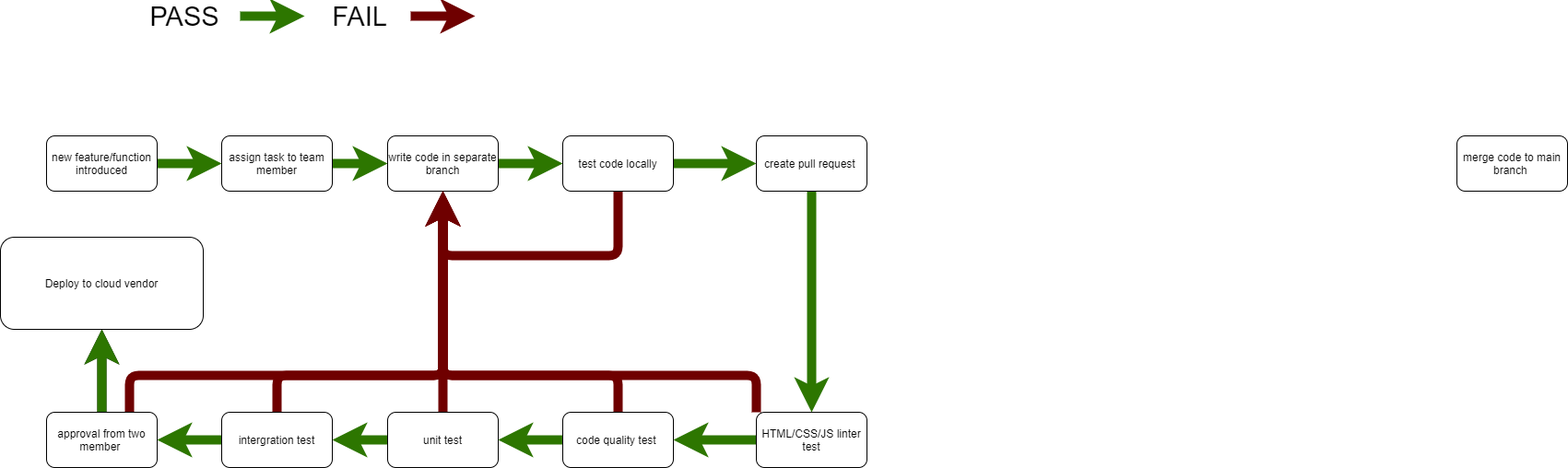
Big-Bytez/cse110-fa21-group19 keeps this draw.io diagram as admin/cipipeline/phase1.drawio.png. Above is the earlier version. Source tidied: cells renumbered, new cells last; positions are measured from the earlier drawing's top-left corner, leaving out a move shared by most shapes.
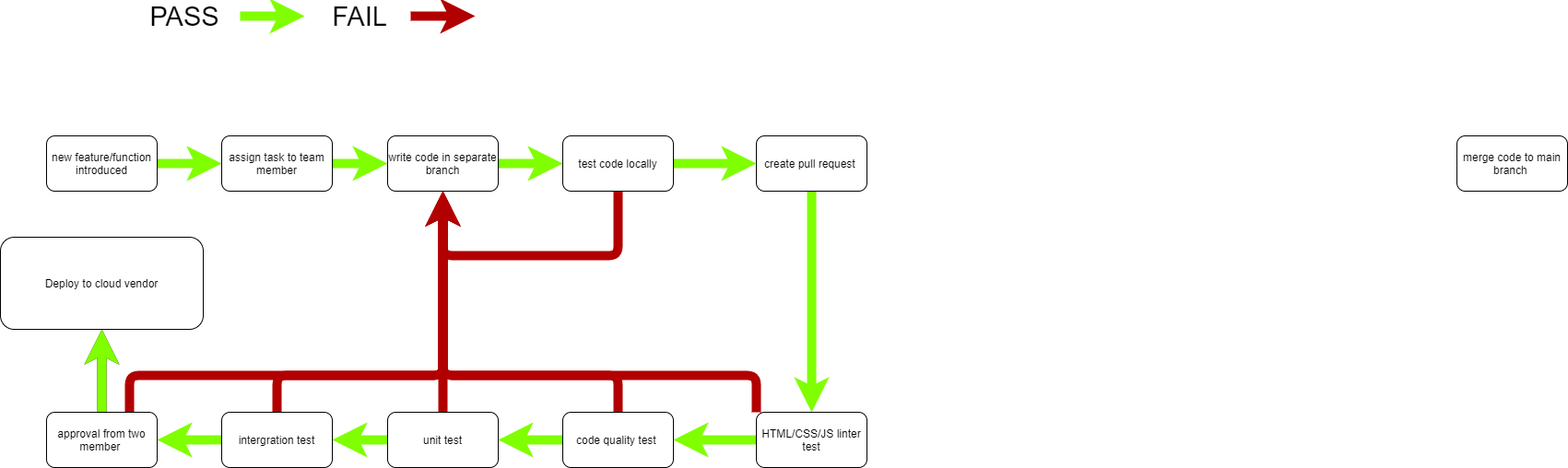
After the commit.

Commit message:
update cicd diagram

The edit, as a diff of the source:
```diff
@@ -2,7 +2,7 @@
   <root>
     <mxCell id="0" />
     <mxCell id="1" parent="0" />
-    <mxCell id="2" style="edgeStyle=orthogonalEdgeStyle;rounded=0;jettySize=auto;html=1;fillColor=#60a917;strokeColor=#2D7600;strokeWidth=10;" parent="1" edge="1" source="3" target="18">
+    <mxCell id="2" style="edgeStyle=orthogonalEdgeStyle;rounded=0;jettySize=auto;html=1;fillColor=#d5e8d4;strokeWidth=10;gradientColor=#97d077;strokeColor=#80FF00;" parent="1" edge="1" source="3" target="18">
       <mxGeometry relative="1" as="geometry">
         <Array as="points">
           <mxPoint x="350" y="170" />
@@ -12,25 +12,25 @@
     <mxCell id="3" value="new feature/function introduced" style="rounded=1;whiteSpace=wrap;html=1;" parent="1" vertex="1">
       <mxGeometry x="50" y="140" width="120" height="60" as="geometry" />
     </mxCell>
-    <mxCell id="4" style="edgeStyle=orthogonalEdgeStyle;rounded=0;jettySize=auto;html=1;fillColor=#60a917;strokeColor=#2D7600;strokeWidth=10;" parent="1" edge="1" source="5" target="29">
+    <mxCell id="4" style="edgeStyle=orthogonalEdgeStyle;rounded=0;jettySize=auto;html=1;fillColor=#60a917;strokeWidth=10;strokeColor=#80FF00;" parent="1" edge="1" source="5" target="29">
       <mxGeometry relative="1" as="geometry" />
     </mxCell>
     <mxCell id="5" value="create pull request&amp;nbsp;" style="rounded=1;whiteSpace=wrap;html=1;" parent="1" vertex="1">
       <mxGeometry x="820" y="140" width="120" height="60" as="geometry" />
     </mxCell>
-    <mxCell id="6" style="edgeStyle=orthogonalEdgeStyle;rounded=0;jettySize=auto;html=1;strokeWidth=10;fillColor=#60a917;strokeColor=#2D7600;" parent="1" edge="1" source="8" target="11">
+    <mxCell id="6" style="edgeStyle=orthogonalEdgeStyle;rounded=0;jettySize=auto;html=1;strokeWidth=10;fillColor=#60a917;strokeColor=#80FF00;" parent="1" edge="1" source="8" target="11">
       <mxGeometry relative="1" as="geometry" />
     </mxCell>
-    <mxCell id="7" style="edgeStyle=none;html=1;exitX=0.5;exitY=0;exitDx=0;exitDy=0;entryX=0.5;entryY=1;entryDx=0;entryDy=0;strokeWidth=10;fillColor=#a20025;strokeColor=#6F0000;" parent="1" edge="1" source="8" target="20">
+    <mxCell id="7" style="edgeStyle=none;html=1;exitX=0.5;exitY=0;exitDx=0;exitDy=0;entryX=0.5;entryY=1;entryDx=0;entryDy=0;strokeWidth=10;fillColor=#e51400;strokeColor=#B20000;" parent="1" edge="1" source="8" target="20">
       <mxGeometry relative="1" as="geometry" />
     </mxCell>
     <mxCell id="8" value="unit test" style="rounded=1;whiteSpace=wrap;html=1;" parent="1" vertex="1">
       <mxGeometry x="420" y="440" width="120" height="60" as="geometry" />
     </mxCell>
-    <mxCell id="9" style="edgeStyle=none;html=1;strokeWidth=10;fillColor=#60a917;strokeColor=#2D7600;" parent="1" edge="1" source="11" target="15">
+    <mxCell id="9" style="edgeStyle=none;html=1;strokeWidth=10;fillColor=#60a917;strokeColor=#80FF00;" parent="1" edge="1" source="11" target="15">
       <mxGeometry relative="1" as="geometry" />
     </mxCell>
-    <mxCell id="10" style="edgeStyle=none;html=1;exitX=0.5;exitY=0;exitDx=0;exitDy=0;strokeWidth=10;fillColor=#a20025;strokeColor=#6F0000;" parent="1" edge="1" source="11">
+    <mxCell id="10" style="edgeStyle=none;html=1;exitX=0.5;exitY=0;exitDx=0;exitDy=0;strokeWidth=10;fillColor=#e51400;strokeColor=#B20000;" parent="1" edge="1" source="11">
       <mxGeometry relative="1" as="geometry">
         <mxPoint x="480" y="200" as="targetPoint" />
         <Array as="points">
@@ -45,10 +45,10 @@
     <mxCell id="12" style="edgeStyle=none;html=1;strokeWidth=10;" parent="1" edge="1" source="15" target="30">
       <mxGeometry relative="1" as="geometry" />
     </mxCell>
-    <mxCell id="13" style="edgeStyle=none;html=1;strokeWidth=10;fillColor=#60a917;strokeColor=#2D7600;" parent="1" edge="1" source="15" target="30">
+    <mxCell id="13" style="edgeStyle=none;html=1;strokeWidth=10;fillColor=#60a917;strokeColor=#80FF00;" parent="1" edge="1" source="15" target="30">
       <mxGeometry relative="1" as="geometry" />
     </mxCell>
-    <mxCell id="14" style="edgeStyle=none;html=1;exitX=0.75;exitY=0;exitDx=0;exitDy=0;strokeWidth=10;fillColor=#a20025;strokeColor=#6F0000;" parent="1" edge="1" source="15">
+    <mxCell id="14" style="edgeStyle=none;html=1;exitX=0.75;exitY=0;exitDx=0;exitDy=0;strokeWidth=10;fillColor=#e51400;strokeColor=#B20000;" parent="1" edge="1" source="15">
       <mxGeometry relative="1" as="geometry">
         <mxPoint x="480" y="200" as="targetPoint" />
         <Array as="points">
@@ -63,22 +63,22 @@
     <mxCell id="16" value="merge code to main branch&amp;nbsp;" style="whiteSpace=wrap;html=1;rounded=1;" parent="1" vertex="1">
       <mxGeometry x="1580" y="140" width="120" height="60" as="geometry" />
     </mxCell>
-    <mxCell id="17" style="edgeStyle=none;html=1;strokeWidth=10;fillColor=#60a917;strokeColor=#2D7600;" parent="1" edge="1" source="18" target="20">
+    <mxCell id="17" style="edgeStyle=none;html=1;strokeWidth=10;fillColor=#60a917;strokeColor=#80FF00;" parent="1" edge="1" source="18" target="20">
       <mxGeometry relative="1" as="geometry" />
     </mxCell>
     <mxCell id="18" value="assign task to team member" style="rounded=1;whiteSpace=wrap;html=1;" parent="1" vertex="1">
       <mxGeometry x="240" y="140" width="120" height="60" as="geometry" />
     </mxCell>
-    <mxCell id="19" style="edgeStyle=none;html=1;strokeWidth=10;fillColor=#60a917;strokeColor=#2D7600;" parent="1" edge="1" source="20" target="23">
+    <mxCell id="19" style="edgeStyle=none;html=1;strokeWidth=10;fillColor=#60a917;strokeColor=#80FF00;" parent="1" edge="1" source="20" target="23">
       <mxGeometry relative="1" as="geometry" />
     </mxCell>
     <mxCell id="20" value="write code in separate branch" style="whiteSpace=wrap;html=1;rounded=1;" parent="1" vertex="1">
       <mxGeometry x="420" y="140" width="120" height="60" as="geometry" />
     </mxCell>
-    <mxCell id="21" style="edgeStyle=none;html=1;strokeWidth=10;fillColor=#60a917;strokeColor=#2D7600;" parent="1" edge="1" source="23" target="5">
+    <mxCell id="21" style="edgeStyle=none;html=1;strokeWidth=10;fillColor=#60a917;strokeColor=#80FF00;" parent="1" edge="1" source="23" target="5">
       <mxGeometry relative="1" as="geometry" />
     </mxCell>
-    <mxCell id="22" style="edgeStyle=none;html=1;entryX=0.5;entryY=1;entryDx=0;entryDy=0;strokeWidth=10;fillColor=#a20025;strokeColor=#6F0000;" parent="1" edge="1" source="23" target="20">
+    <mxCell id="22" style="edgeStyle=none;html=1;entryX=0.5;entryY=1;entryDx=0;entryDy=0;strokeWidth=10;fillColor=#e51400;strokeColor=#B20000;" parent="1" edge="1" source="23" target="20">
       <mxGeometry relative="1" as="geometry">
         <Array as="points">
           <mxPoint x="670" y="270" />
@@ -91,10 +91,10 @@
     <mxCell id="23" value="test code locally" style="whiteSpace=wrap;html=1;rounded=1;" parent="1" vertex="1">
       <mxGeometry x="610" y="140" width="120" height="60" as="geometry" />
     </mxCell>
-    <mxCell id="24" style="edgeStyle=none;html=1;strokeWidth=10;fillColor=#60a917;strokeColor=#2D7600;" parent="1" edge="1" source="26" target="8">
+    <mxCell id="24" style="edgeStyle=none;html=1;strokeWidth=10;fillColor=#60a917;strokeColor=#80FF00;" parent="1" edge="1" source="26" target="8">
       <mxGeometry relative="1" as="geometry" />
     </mxCell>
-    <mxCell id="25" style="edgeStyle=none;html=1;entryX=0.5;entryY=1;entryDx=0;entryDy=0;strokeWidth=10;fillColor=#a20025;strokeColor=#6F0000;" parent="1" edge="1" source="26" target="20">
+    <mxCell id="25" style="edgeStyle=none;html=1;entryX=0.5;entryY=1;entryDx=0;entryDy=0;strokeWidth=10;fillColor=#e51400;strokeColor=#B20000;" parent="1" edge="1" source="26" target="20">
       <mxGeometry relative="1" as="geometry">
         <Array as="points">
           <mxPoint x="670" y="400" />
@@ -105,10 +105,10 @@
     <mxCell id="26" value="code quality test&amp;nbsp;" style="rounded=1;whiteSpace=wrap;html=1;" parent="1" vertex="1">
       <mxGeometry x="610" y="440" width="120" height="60" as="geometry" />
     </mxCell>
-    <mxCell id="27" style="edgeStyle=none;html=1;strokeWidth=10;fillColor=#60a917;strokeColor=#2D7600;" parent="1" edge="1" source="29" target="26">
+    <mxCell id="27" style="edgeStyle=none;html=1;strokeWidth=10;strokeColor=#80FF00;" parent="1" edge="1" source="29" target="26">
       <mxGeometry relative="1" as="geometry" />
     </mxCell>
-    <mxCell id="28" style="edgeStyle=none;html=1;exitX=0;exitY=0;exitDx=0;exitDy=0;strokeWidth=10;entryX=0.5;entryY=1;entryDx=0;entryDy=0;fillColor=#a20025;strokeColor=#6F0000;" parent="1" edge="1" source="29" target="20">
+    <mxCell id="28" style="edgeStyle=none;html=1;exitX=0;exitY=0;exitDx=0;exitDy=0;strokeWidth=10;entryX=0.5;entryY=1;entryDx=0;entryDy=0;fillColor=#e51400;strokeColor=#B20000;" parent="1" edge="1" source="29" target="20">
       <mxGeometry relative="1" as="geometry">
         <Array as="points">
           <mxPoint x="820" y="400" />
@@ -122,13 +122,13 @@
     <mxCell id="30" value="Deploy to cloud vendor" style="whiteSpace=wrap;html=1;rounded=1;" parent="1" vertex="1">
       <mxGeometry y="250" width="220" height="100" as="geometry" />
     </mxCell>
-    <mxCell id="31" style="endArrow=classic;html=1;strokeWidth=10;fillColor=#60a917;strokeColor=#2D7600;" parent="1" edge="1">
+    <mxCell id="31" style="endArrow=classic;html=1;strokeWidth=10;fillColor=#60a917;strokeColor=#80FF00;" parent="1" edge="1">
       <mxGeometry relative="1" as="geometry">
         <mxPoint x="260" y="10" as="sourcePoint" />
         <mxPoint x="330" y="10" as="targetPoint" />
       </mxGeometry>
     </mxCell>
-    <mxCell id="32" style="endArrow=classic;html=1;strokeWidth=10;fillColor=#a20025;strokeColor=#6F0000;" parent="1" edge="1">
+    <mxCell id="32" style="endArrow=classic;html=1;strokeWidth=10;fillColor=#e51400;strokeColor=#B20000;" parent="1" edge="1">
       <mxGeometry relative="1" as="geometry">
         <mxPoint x="445" y="10" as="sourcePoint" />
         <mxPoint x="515" y="10" as="targetPoint" />
```
